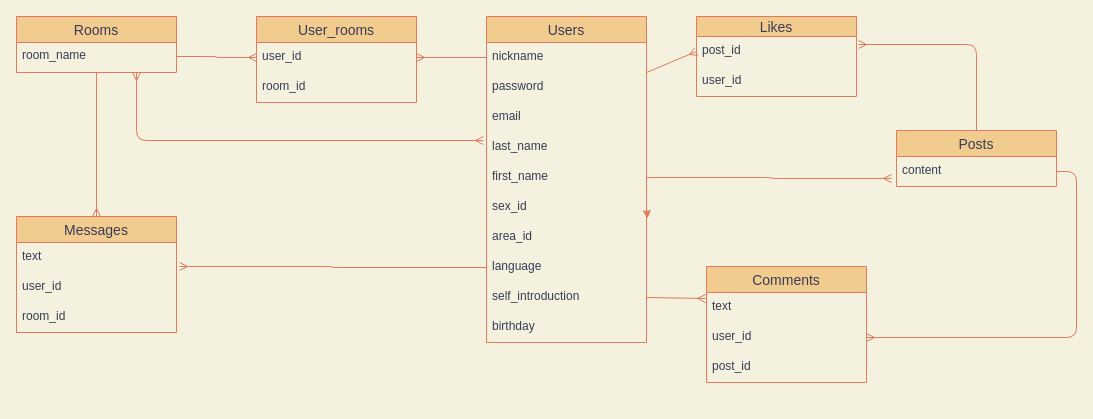
Before: test.dio in sanamomo/chat-hanil, a draw.io diagram. Source tidied: cells renumbered, new cells numbered last; positions are measured from the earlier drawing's top-left corner, leaving out a move shared by most shapes. Both pictures are drawn from the tidied source at 100%, with x=0, y=0 at pixel (16, 16).
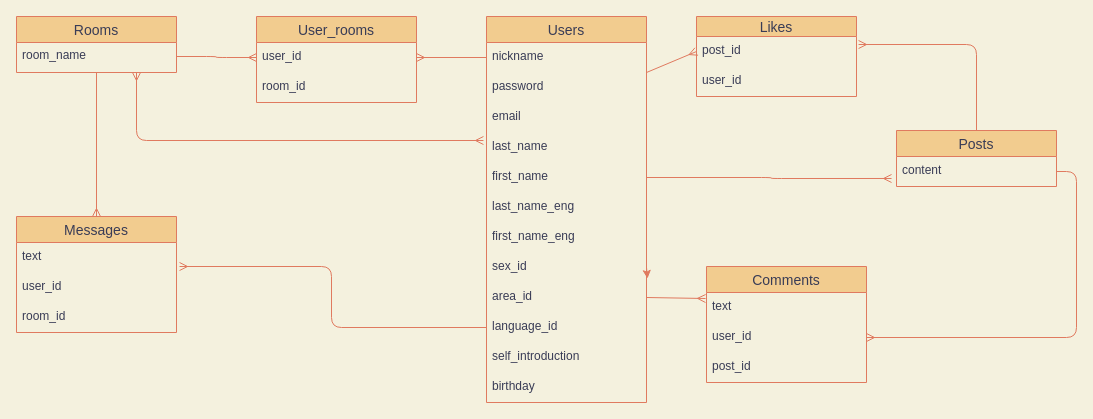
The same page after the edit.

Diff of the diagram source:
```diff
@@
     <mxCell id="6" value="Users" style="swimlane;fontStyle=0;horizontal=1;startSize=26;align=center;fontSize=14;fillColor=#F2CC8F;strokeColor=#E07A5F;fontColor=#393C56;" parent="1" vertex="1">
-      <mxGeometry x="470" width="160" height="326" as="geometry" />
+      <mxGeometry x="470" width="160" height="386" as="geometry" />
     </mxCell>
@@
+    <mxCell id="42" value="last_name_eng" style="text;strokeColor=none;fillColor=none;spacingLeft=4;spacingRight=4;overflow=hidden;fontSize=12;fontColor=#393C56;" parent="6" vertex="1">
+      <mxGeometry y="176" width="160" height="30" as="geometry" />
+    </mxCell>
+    <mxCell id="43" value="first_name_eng" style="text;strokeColor=none;fillColor=none;spacingLeft=4;spacingRight=4;overflow=hidden;fontSize=12;fontColor=#393C56;" parent="6" vertex="1">
+      <mxGeometry y="206" width="160" height="30" as="geometry" />
+    </mxCell>
@@
     <mxCell id="13" value="sex_id" style="text;strokeColor=none;fillColor=none;spacingLeft=4;spacingRight=4;overflow=hidden;points=[[0,0.5],[1,0.5]];portConstraint=eastwest;fontSize=12;fontColor=#393C56;" parent="6" vertex="1">
-      <mxGeometry y="176" width="160" height="30" as="geometry" />
+      <mxGeometry y="236" width="160" height="30" as="geometry" />
     </mxCell>
     <mxCell id="14" value="area_id" style="text;strokeColor=none;fillColor=none;spacingLeft=4;spacingRight=4;overflow=hidden;points=[[0,0.5],[1,0.5]];portConstraint=eastwest;fontSize=12;fontColor=#393C56;" parent="6" vertex="1">
-      <mxGeometry y="206" width="160" height="30" as="geometry" />
+      <mxGeometry y="266" width="160" height="30" as="geometry" />
     </mxCell>
-    <mxCell id="15" value="language" style="text;strokeColor=none;fillColor=none;spacingLeft=4;spacingRight=4;overflow=hidden;points=[[0,0.5],[1,0.5]];portConstraint=eastwest;fontSize=12;fontColor=#393C56;" parent="6" vertex="1">
-      <mxGeometry y="236" width="160" height="30" as="geometry" />
+    <mxCell id="15" value="language_id" style="text;strokeColor=none;fillColor=none;spacingLeft=4;spacingRight=4;overflow=hidden;points=[[0,0.5],[1,0.5]];portConstraint=eastwest;fontSize=12;fontColor=#393C56;" parent="6" vertex="1">
+      <mxGeometry y="296" width="160" height="30" as="geometry" />
     </mxCell>
     <mxCell id="16" value="self_introduction" style="text;strokeColor=none;fillColor=none;spacingLeft=4;spacingRight=4;overflow=hidden;fontSize=12;fontColor=#393C56;" parent="6" vertex="1">
-      <mxGeometry y="266" width="160" height="30" as="geometry" />
+      <mxGeometry y="326" width="160" height="30" as="geometry" />
     </mxCell>
     <mxCell id="17" value="birthday" style="text;strokeColor=none;fillColor=none;spacingLeft=4;spacingRight=4;overflow=hidden;fontSize=12;fontColor=#393C56;" parent="6" vertex="1">
-      <mxGeometry y="296" width="160" height="30" as="geometry" />
+      <mxGeometry y="356" width="160" height="30" as="geometry" />
     </mxCell>
```
